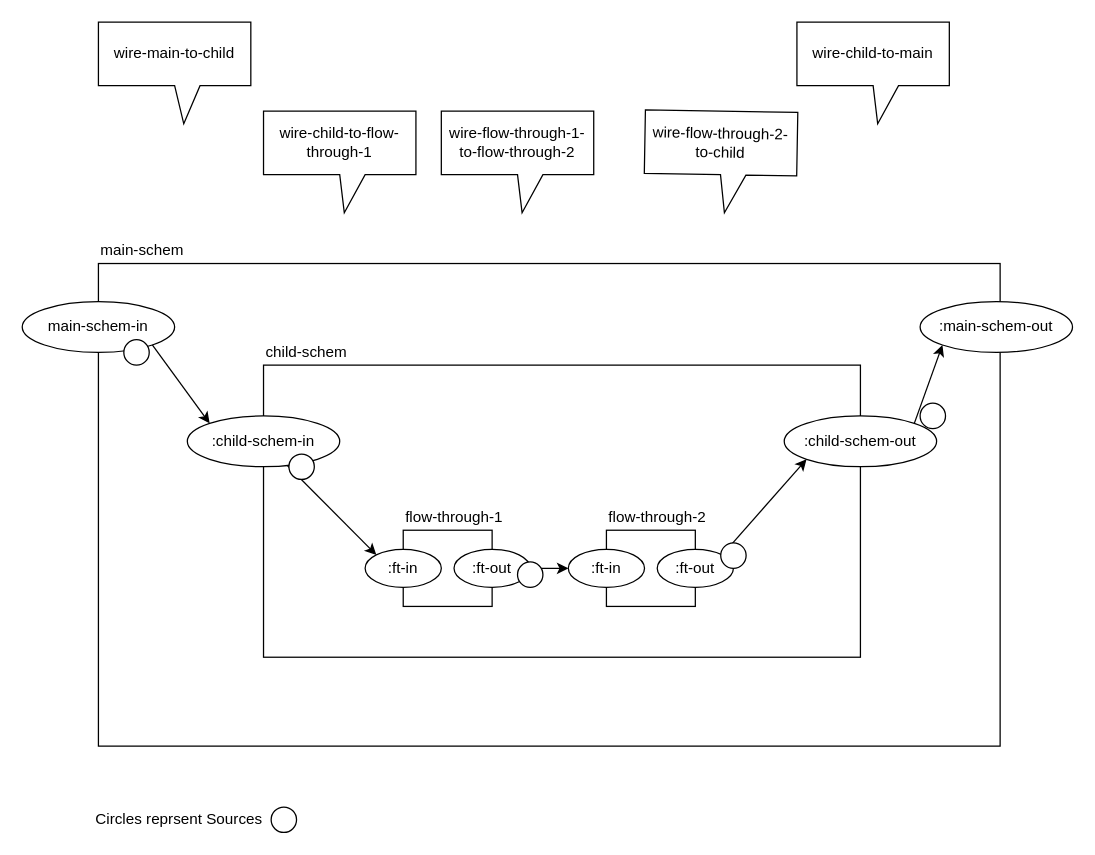
This is page "top level" (1 of 5) of test6.drawio from guitarvydas/cl-event-passing, a draw.io file, before an edit. Source tidied: cells renumbered, new cells numbered last; positions are measured from the earlier drawing's top-left corner, leaving out a move shared by most shapes. Both pictures are drawn from the tidied source at 127%, with x=0, y=0 at pixel (22, 22).
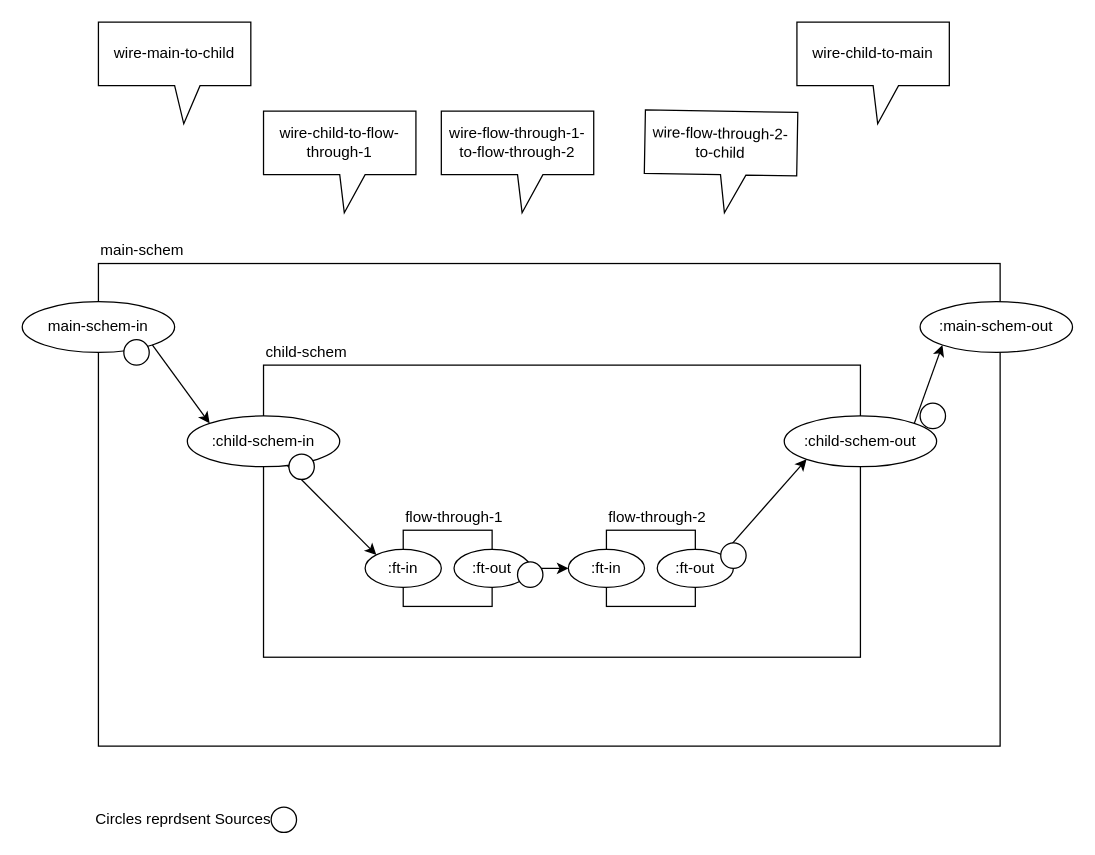
The same diagram, later.

What changed in the source:
```diff
@@
-    <mxCell id="34" value="Circles reprsent Sources" style="text;html=1;align=left;verticalAlign=top;spacingTop=-4;" parent="1" vertex="1">
+    <mxCell id="34" value="Circles reprdsent Sources" style="text;html=1;align=left;verticalAlign=top;spacingTop=-4;" parent="1" vertex="1">
       <mxGeometry x="56" y="618" width="150" height="20" as="geometry" />
     </mxCell>
```
